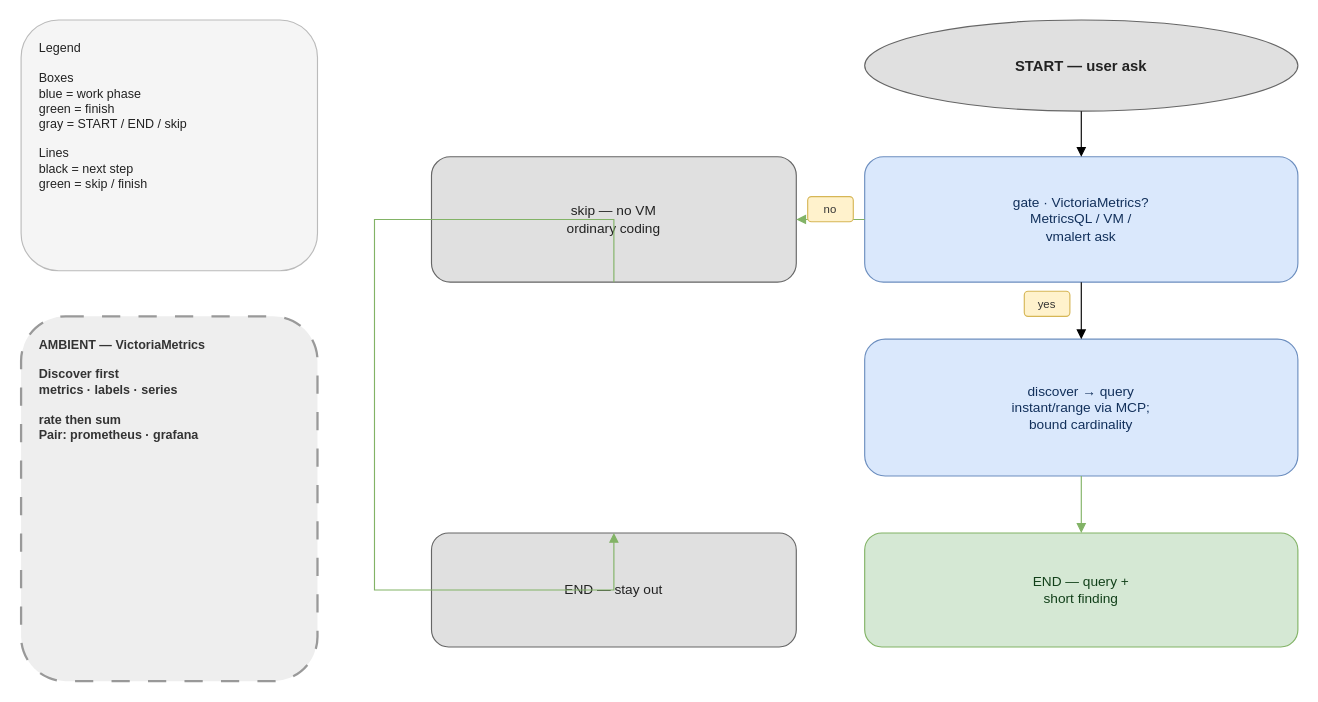
This is plugins/victoriametrics/docs/victoriametrics-workflow.drawio from nodadyoushutup/marketplace, a draw.io file, before an edit. Source tidied: cells renumbered, new cells numbered last; positions are measured from the earlier drawing's top-left corner, leaving out a move shared by most shapes. Both pictures are drawn from the tidied source at 114%, with x=0, y=0 at pixel (21, 19).
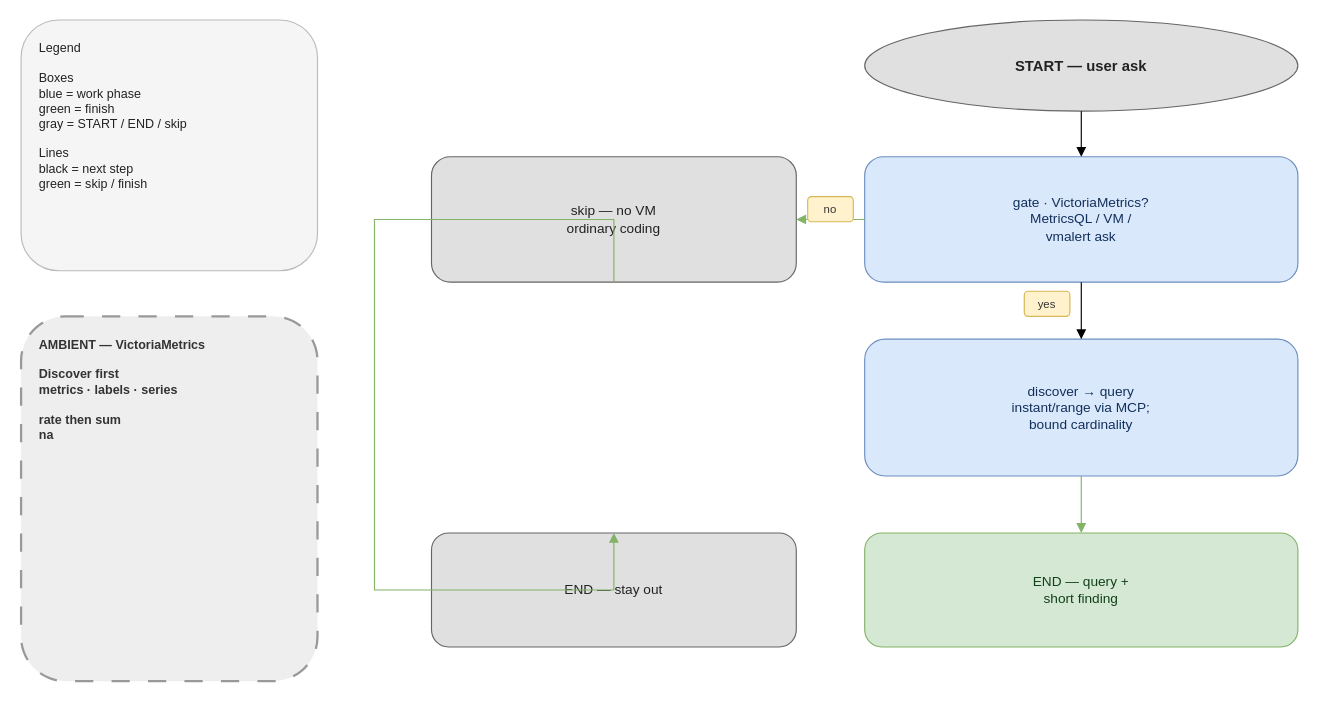
After the change.

Change to the diagram source:
```diff
@@
 <mxGraphModel>
   <root>
     <mxCell id="0" />
     <mxCell id="1" parent="0" />
     <mxCell id="2" value="Legend&#10;&#10;Boxes&#10;blue = work phase&#10;green = finish&#10;gray = START / END / skip&#10;&#10;Lines&#10;black = next step&#10;green = skip / finish" style="rounded=1;whiteSpace=wrap;html=1;align=left;verticalAlign=top;spacingLeft=14;spacingRight=14;spacingTop=12;spacingBottom=12;fontSize=11;fillColor=#f5f5f5;strokeColor=#bbbbbb;fontColor=#222222;" parent="1" vertex="1">
       <mxGeometry width="260" height="220" as="geometry" />
     </mxCell>
-    <mxCell id="3" value="AMBIENT — VictoriaMetrics&#10;&#10;Discover first&#10;metrics · labels · series&#10;&#10;rate then sum&#10;Pair: prometheus · grafana" style="rounded=1;whiteSpace=wrap;html=1;dashed=1;dashPattern=8 8;align=left;verticalAlign=top;spacingLeft=14;spacingRight=14;spacingTop=12;spacingBottom=12;fontSize=11;fontStyle=1;fillColor=#eeeeee;strokeColor=#999999;strokeWidth=2;fontColor=#333333;" parent="1" vertex="1">
+    <mxCell id="3" value="AMBIENT — VictoriaMetrics&#10;&#10;Discover first&#10;metrics · labels · series&#10;&#10;rate then sum&#10;na" style="rounded=1;whiteSpace=wrap;html=1;dashed=1;dashPattern=8 8;align=left;verticalAlign=top;spacingLeft=14;spacingRight=14;spacingTop=12;spacingBottom=12;fontSize=11;fontStyle=1;fillColor=#eeeeee;strokeColor=#999999;strokeWidth=2;fontColor=#333333;" parent="1" vertex="1">
       <mxGeometry y="260" width="260" height="320" as="geometry" />
     </mxCell>
     <mxCell id="4" value="START — user ask" style="ellipse;whiteSpace=wrap;html=1;align=center;verticalAlign=middle;fontSize=13;fontStyle=1;fillColor=#e0e0e0;strokeColor=#666666;fontColor=#222222;" parent="1" vertex="1">
       <mxGeometry x="740" width="380" height="80" as="geometry" />
     </mxCell>
     <mxCell id="5" value="gate · VictoriaMetrics?&#10;MetricsQL / VM /&#10;vmalert ask" style="rounded=1;whiteSpace=wrap;html=1;align=center;verticalAlign=middle;spacingLeft=12;spacingRight=12;fontSize=12;fillColor=#dae8fc;strokeColor=#6c8ebf;fontColor=#12305B;" parent="1" vertex="1">
       <mxGeometry x="740" y="120" width="380" height="110" as="geometry" />
     </mxCell>
     <mxCell id="6" value="skip — no VM&#10;ordinary coding" style="rounded=1;whiteSpace=wrap;html=1;align=center;verticalAlign=middle;spacingLeft=12;spacingRight=12;fontSize=12;fillColor=#e0e0e0;strokeColor=#666666;fontColor=#222222;" parent="1" vertex="1">
       <mxGeometry x="360" y="120" width="320" height="110" as="geometry" />
     </mxCell>
     <mxCell id="7" value="discover → query&#10;instant/range via MCP;&#10;bound cardinality" style="rounded=1;whiteSpace=wrap;html=1;align=center;verticalAlign=middle;spacingLeft=12;spacingRight=12;fontSize=12;fillColor=#dae8fc;strokeColor=#6c8ebf;fontColor=#12305B;" parent="1" vertex="1">
       <mxGeometry x="740" y="280" width="380" height="120" as="geometry" />
     </mxCell>
     <mxCell id="8" value="END — query +&#10;short finding" style="rounded=1;whiteSpace=wrap;html=1;align=center;verticalAlign=middle;spacingLeft=12;spacingRight=12;fontSize=12;fillColor=#d5e8d4;strokeColor=#82b366;fontColor=#12401A;" parent="1" vertex="1">
       <mxGeometry x="740" y="450" width="380" height="100" as="geometry" />
     </mxCell>
     <mxCell id="9" value="END — stay out" style="rounded=1;whiteSpace=wrap;html=1;align=center;verticalAlign=middle;spacingLeft=12;spacingRight=12;fontSize=12;fillColor=#e0e0e0;strokeColor=#666666;fontColor=#222222;" parent="1" vertex="1">
       <mxGeometry x="360" y="450" width="320" height="100" as="geometry" />
     </mxCell>
     <mxCell id="10" style="edgeStyle=orthogonalEdgeStyle;rounded=0;html=1;endArrow=block;jumpStyle=arc;jumpSize=10;exitX=0.5;exitY=1;entryX=0.5;entryY=0;" parent="1" edge="1" source="4" target="5">
       <mxGeometry relative="1" as="geometry" />
     </mxCell>
     <mxCell id="11" style="edgeStyle=orthogonalEdgeStyle;rounded=0;html=1;endArrow=block;jumpStyle=arc;jumpSize=10;strokeColor=#82b366;exitX=0;exitY=0.5;entryX=1;entryY=0.5;" parent="1" edge="1" source="5" target="6">
       <mxGeometry relative="1" as="geometry" />
     </mxCell>
     <mxCell id="12" value="no" style="rounded=1;whiteSpace=wrap;html=1;align=center;verticalAlign=middle;fontSize=10;fillColor=#fff2cc;strokeColor=#d6b656;fontColor=#333333;" parent="1" vertex="1">
       <mxGeometry x="690" y="155" width="40" height="22" as="geometry" />
     </mxCell>
     <mxCell id="13" style="edgeStyle=orthogonalEdgeStyle;rounded=0;html=1;endArrow=block;jumpStyle=arc;jumpSize=10;exitX=0.5;exitY=1;entryX=0.5;entryY=0;" parent="1" edge="1" source="5" target="7">
       <mxGeometry relative="1" as="geometry" />
     </mxCell>
     <mxCell id="14" value="yes" style="rounded=1;whiteSpace=wrap;html=1;align=center;verticalAlign=middle;fontSize=10;fillColor=#fff2cc;strokeColor=#d6b656;fontColor=#333333;" parent="1" vertex="1">
       <mxGeometry x="880" y="238" width="40" height="22" as="geometry" />
     </mxCell>
     <mxCell id="15" style="edgeStyle=orthogonalEdgeStyle;rounded=0;html=1;endArrow=block;jumpStyle=arc;jumpSize=10;strokeColor=#82b366;exitX=0.5;exitY=1;entryX=0.5;entryY=0;" parent="1" edge="1" source="7" target="8">
       <mxGeometry relative="1" as="geometry" />
     </mxCell>
     <mxCell id="16" style="edgeStyle=orthogonalEdgeStyle;rounded=0;html=1;endArrow=block;jumpStyle=arc;jumpSize=10;strokeColor=#82b366;exitX=0.5;exitY=1;entryX=0.5;entryY=0;" parent="1" edge="1" source="6" target="9">
       <mxGeometry relative="1" as="geometry">
         <Array as="points">
           <mxPoint x="310" y="175" />
           <mxPoint x="310" y="500" />
         </Array>
       </mxGeometry>
     </mxCell>
   </root>
 </mxGraphModel>
```
